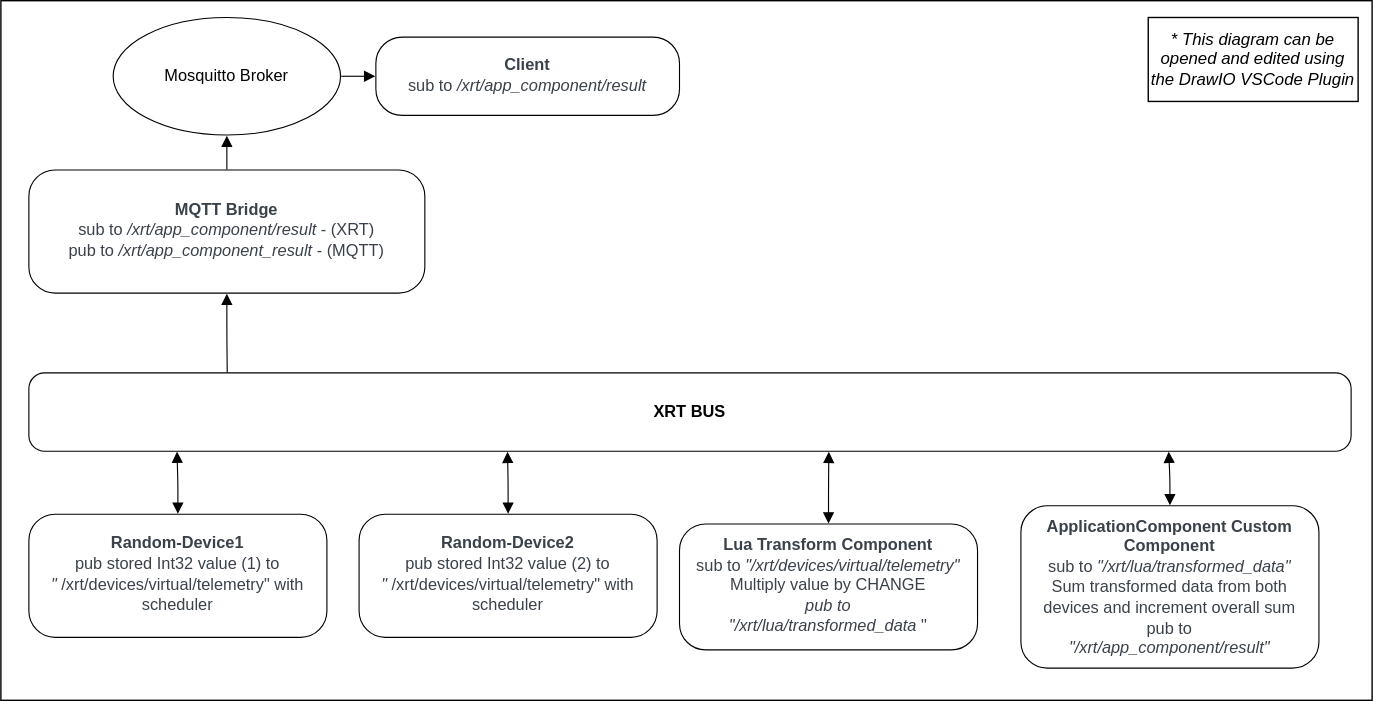
The draw.io diagram ApplicationComponent/Application_Component.drawio.svg in IOTechSystems/xrt-examples, before a commit. Source tidied: cells renumbered, new cells last; positions are measured from the earlier drawing's top-left corner, leaving out a move shared by most shapes.
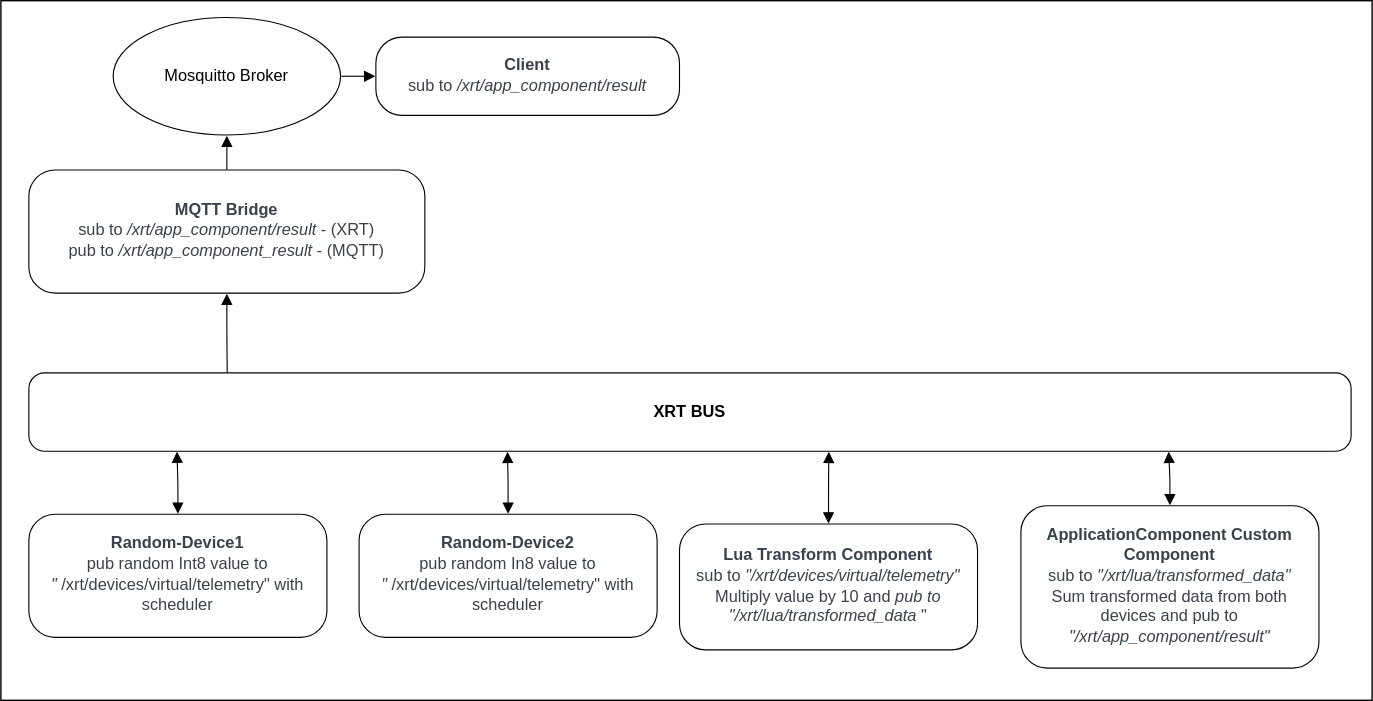
After the change.

Commit message:
XRT-2128 Corrected app_component, changed virtual devices to use random ints and made minor formating changes across files

What changed in the source:
```diff
@@ -26,16 +26,16 @@
     <mxCell id="9" style="html=1;jettySize=18;whiteSpace=wrap;overflow=block;blockSpacing=1;fontSize=13;strokeOpacity=100;strokeWidth=0.8;rounded=1;arcSize=12;edgeStyle=orthogonalEdgeStyle;startArrow=block;startFill=1;endArrow=none;exitX=0.5;exitY=1.004;exitPerimeter=0;entryX=0.15;entryY=-0.005;entryPerimeter=0;strokeColor=#000000;" parent="1" edge="1" source="7" target="4">
       <mxGeometry relative="1" as="geometry" />
     </mxCell>
-    <mxCell id="10" value="&lt;div style=&quot;display: flex; justify-content: center; text-align: center; align-items: baseline; font-size: 0; line-height: 1.25;margin-top: -2px;&quot;&gt;&lt;span&gt;&lt;span style=&quot;font-size:11.7px;color:#3a414a;font-weight: bold;&quot;&gt;Random-Device1&#10;&lt;/span&gt;&lt;span style=&quot;font-size:11.7px;color:#3a414a;&quot;&gt;pub stored Int32 value (1) to &#10;&lt;/span&gt;&lt;span style=&quot;font-size:11.7px;color:#3a414a;font-style: italic;&quot;&gt;&quot;&lt;/span&gt;&lt;span style=&quot;font-size:11.7px;color:#3a414a;&quot;&gt;/xrt/devices/virtual/telemetry&quot; with scheduler&lt;/span&gt;&lt;/span&gt;&lt;/div&gt;" style="html=1;overflow=block;blockSpacing=1;whiteSpace=wrap;fontSize=13;spacing=9;strokeOpacity=100;rounded=1;absoluteArcSize=1;arcSize=37.5;strokeWidth=0.8;fillColor=#FFFFFF;strokeColor=#000000;" parent="1" vertex="1">
+    <mxCell id="10" value="&lt;div style=&quot;display: flex; justify-content: center; text-align: center; align-items: baseline; font-size: 0; line-height: 1.25;margin-top: -2px;&quot;&gt;&lt;span&gt;&lt;span style=&quot;font-size:11.7px;color:#3a414a;font-weight: bold;&quot;&gt;Random-Device1&lt;br&gt;&lt;/span&gt;&lt;span style=&quot;font-size:11.7px;color:#3a414a;&quot;&gt;pub random Int8 value to &lt;br&gt;&lt;/span&gt;&lt;span style=&quot;font-size:11.7px;color:#3a414a;font-style: italic;&quot;&gt;&quot;&lt;/span&gt;&lt;span style=&quot;font-size:11.7px;color:#3a414a;&quot;&gt;/xrt/devices/virtual/telemetry&quot; with scheduler&lt;/span&gt;&lt;/span&gt;&lt;/div&gt;" style="html=1;overflow=block;blockSpacing=1;whiteSpace=wrap;fontSize=13;spacing=9;strokeOpacity=100;rounded=1;absoluteArcSize=1;arcSize=37.5;strokeWidth=0.8;fillColor=#FFFFFF;strokeColor=#000000;" parent="1" vertex="1">
       <mxGeometry x="20" y="367" width="213" height="88" as="geometry" />
     </mxCell>
-    <mxCell id="11" value="&lt;div style=&quot;display: flex; justify-content: center; text-align: center; align-items: baseline; font-size: 0; line-height: 1.25;margin-top: -2px;&quot;&gt;&lt;span&gt;&lt;span style=&quot;font-size:11.7px;color:#3a414a;font-weight: bold;&quot;&gt;Random-Device2&#10;&lt;/span&gt;&lt;span style=&quot;font-size:11.7px;color:#3a414a;&quot;&gt;pub stored Int32 value (2) to &#10;&lt;/span&gt;&lt;span style=&quot;font-size:11.7px;color:#3a414a;font-style: italic;&quot;&gt;&quot;&lt;/span&gt;&lt;span style=&quot;font-size:11.7px;color:#3a414a;&quot;&gt;/xrt/devices/virtual/telemetry&quot; with scheduler&lt;/span&gt;&lt;/span&gt;&lt;/div&gt;" style="html=1;overflow=block;blockSpacing=1;whiteSpace=wrap;fontSize=13;spacing=9;strokeOpacity=100;rounded=1;absoluteArcSize=1;arcSize=37.5;strokeWidth=0.8;fillColor=#FFFFFF;strokeColor=#000000;" parent="1" vertex="1">
+    <mxCell id="11" value="&lt;div style=&quot;display: flex; justify-content: center; text-align: center; align-items: baseline; font-size: 0; line-height: 1.25;margin-top: -2px;&quot;&gt;&lt;span&gt;&lt;span style=&quot;font-size:11.7px;color:#3a414a;font-weight: bold;&quot;&gt;Random-Device2&lt;br&gt;&lt;/span&gt;&lt;span style=&quot;font-size:11.7px;color:#3a414a;&quot;&gt;pub random In8 value to &lt;br&gt;&lt;/span&gt;&lt;span style=&quot;font-size:11.7px;color:#3a414a;font-style: italic;&quot;&gt;&quot;&lt;/span&gt;&lt;span style=&quot;font-size:11.7px;color:#3a414a;&quot;&gt;/xrt/devices/virtual/telemetry&quot; with scheduler&lt;/span&gt;&lt;/span&gt;&lt;/div&gt;" style="html=1;overflow=block;blockSpacing=1;whiteSpace=wrap;fontSize=13;spacing=9;strokeOpacity=100;rounded=1;absoluteArcSize=1;arcSize=37.5;strokeWidth=0.8;fillColor=#FFFFFF;strokeColor=#000000;" parent="1" vertex="1">
       <mxGeometry x="256" y="367" width="213" height="88" as="geometry" />
     </mxCell>
-    <mxCell id="12" value="&lt;div style=&quot;display: flex; justify-content: center; text-align: center; align-items: baseline; font-size: 0; line-height: 1.25;margin-top: -2px;&quot;&gt;&lt;span&gt;&lt;span style=&quot;font-size:11.7px;color:#3a414a;font-weight: bold;&quot;&gt;Lua Transform Component&#10;&lt;/span&gt;&lt;span style=&quot;font-size:11.7px;color:#3a414a;&quot;&gt;sub to &lt;/span&gt;&lt;span style=&quot;font-size:11.7px;color:#3a414a;font-style: italic;&quot;&gt;&quot;/xrt/devices/virtual/telemetry&quot; &#10;&lt;/span&gt;&lt;span style=&quot;font-size:11.7px;color:#3a414a;&quot;&gt;Multiply value by CHANGE&#10;&lt;/span&gt;&lt;span style=&quot;font-size:11.7px;color:#3a414a;font-style: italic;&quot;&gt;pub to &#10;&quot;/xrt/lua/transformed_data&lt;/span&gt;&lt;span style=&quot;font-size:11.7px;color:#3a414a;&quot;&gt;&quot;&lt;/span&gt;&lt;/span&gt;&lt;/div&gt;" style="html=1;overflow=block;blockSpacing=1;whiteSpace=wrap;fontSize=13;spacing=9;strokeOpacity=100;rounded=1;absoluteArcSize=1;arcSize=37.5;strokeWidth=0.8;fillColor=#FFFFFF;strokeColor=#000000;" parent="1" vertex="1">
+    <mxCell id="12" value="&lt;div style=&quot;display: flex; justify-content: center; text-align: center; align-items: baseline; font-size: 0; line-height: 1.25;margin-top: -2px;&quot;&gt;&lt;span&gt;&lt;span style=&quot;font-size:11.7px;color:#3a414a;font-weight: bold;&quot;&gt;Lua Transform Component&lt;br&gt;&lt;/span&gt;&lt;span style=&quot;font-size:11.7px;color:#3a414a;&quot;&gt;sub to &lt;/span&gt;&lt;span style=&quot;font-size:11.7px;color:#3a414a;font-style: italic;&quot;&gt;&quot;/xrt/devices/virtual/telemetry&quot; &lt;br&gt;&lt;/span&gt;&lt;span style=&quot;font-size:11.7px;color:#3a414a;&quot;&gt;Multiply value by 10 and&amp;nbsp;&lt;/span&gt;&lt;span style=&quot;font-size:11.7px;color:#3a414a;font-style: italic;&quot;&gt;pub to &lt;br&gt;&quot;/xrt/lua/transformed_data&lt;/span&gt;&lt;span style=&quot;font-size:11.7px;color:#3a414a;&quot;&gt;&quot;&lt;/span&gt;&lt;/span&gt;&lt;/div&gt;" style="html=1;overflow=block;blockSpacing=1;whiteSpace=wrap;fontSize=13;spacing=9;strokeOpacity=100;rounded=1;absoluteArcSize=1;arcSize=37.5;strokeWidth=0.8;fillColor=#FFFFFF;strokeColor=#000000;" parent="1" vertex="1">
       <mxGeometry x="485" y="374" width="213" height="90" as="geometry" />
     </mxCell>
-    <mxCell id="13" value="&lt;div style=&quot;display: flex; justify-content: center; text-align: center; align-items: baseline; font-size: 0; line-height: 1.25;margin-top: -2px;&quot;&gt;&lt;span&gt;&lt;span style=&quot;font-size:11.7px;color:#3a414a;font-weight: bold;&quot;&gt;ApplicationComponent Custom Component&#10;&lt;/span&gt;&lt;span style=&quot;font-size:11.7px;color:#3a414a;&quot;&gt;sub to &lt;/span&gt;&lt;span style=&quot;font-size:11.7px;color:#3a414a;font-style: italic;&quot;&gt;&quot;/xrt/lua/transformed_data&quot;&#10;&lt;/span&gt;&lt;span style=&quot;font-size:11.7px;color:#3a414a;&quot;&gt;Sum transformed data from both devices and increment overall sum&#10;pub to&#10;&lt;/span&gt;&lt;span style=&quot;font-size:11.7px;color:#3a414a;font-style: italic;&quot;&gt;&quot;/xrt/app_component/result&quot;&lt;/span&gt;&lt;/span&gt;&lt;/div&gt;" style="html=1;overflow=block;blockSpacing=1;whiteSpace=wrap;fontSize=13;spacing=9;strokeOpacity=100;rounded=1;absoluteArcSize=1;arcSize=37.5;strokeWidth=0.8;fillColor=#FFFFFF;strokeColor=#000000;" parent="1" vertex="1">
+    <mxCell id="13" value="&lt;div style=&quot;display: flex; justify-content: center; text-align: center; align-items: baseline; font-size: 0; line-height: 1.25;margin-top: -2px;&quot;&gt;&lt;span&gt;&lt;span style=&quot;font-size:11.7px;color:#3a414a;font-weight: bold;&quot;&gt;ApplicationComponent Custom Component&lt;br&gt;&lt;/span&gt;&lt;span style=&quot;font-size:11.7px;color:#3a414a;&quot;&gt;sub to &lt;/span&gt;&lt;span style=&quot;font-size:11.7px;color:#3a414a;font-style: italic;&quot;&gt;&quot;/xrt/lua/transformed_data&quot;&lt;br&gt;&lt;/span&gt;&lt;span style=&quot;font-size:11.7px;color:#3a414a;&quot;&gt;Sum transformed data from both devices and&amp;nbsp;pub to&lt;br&gt;&lt;/span&gt;&lt;span style=&quot;font-size:11.7px;color:#3a414a;font-style: italic;&quot;&gt;&quot;/xrt/app_component/result&quot;&lt;/span&gt;&lt;/span&gt;&lt;/div&gt;" style="html=1;overflow=block;blockSpacing=1;whiteSpace=wrap;fontSize=13;spacing=9;strokeOpacity=100;rounded=1;absoluteArcSize=1;arcSize=37.5;strokeWidth=0.8;fillColor=#FFFFFF;strokeColor=#000000;" parent="1" vertex="1">
       <mxGeometry x="729" y="361" width="213" height="116" as="geometry" />
     </mxCell>
     <mxCell id="14" style="html=1;jettySize=18;whiteSpace=wrap;overflow=block;blockSpacing=1;fontSize=13;strokeOpacity=100;strokeWidth=0.8;rounded=1;arcSize=12;edgeStyle=orthogonalEdgeStyle;startArrow=block;startFill=1;endArrow=block;endFill=1;exitX=0.5;exitY=-0.004;exitPerimeter=0;entryX=0.112;entryY=1.005;entryPerimeter=0;strokeColor=#000000;" parent="1" edge="1" source="10" target="4">
@@ -50,8 +50,5 @@
     <mxCell id="17" style="html=1;jettySize=18;whiteSpace=wrap;overflow=block;blockSpacing=1;fontSize=13;strokeOpacity=100;strokeWidth=0.8;rounded=1;arcSize=12;edgeStyle=orthogonalEdgeStyle;startArrow=block;startFill=1;endArrow=block;endFill=1;exitX=0.5;exitY=-0.003;exitPerimeter=0;entryX=0.862;entryY=1.005;entryPerimeter=0;strokeColor=#000000;" parent="1" edge="1" source="13" target="4">
       <mxGeometry relative="1" as="geometry" />
     </mxCell>
-    <mxCell id="18" value="* This diagram can be opened and edited using the DrawIO VSCode Plugin" style="rounded=0;whiteSpace=wrap;html=1;fillColor=#FFFFFF;strokeColor=#000000;fontColor=#000000;fontStyle=2;" parent="1" vertex="1">
-      <mxGeometry x="820" y="12" width="150" height="60" as="geometry" />
-    </mxCell>
   </root>
 </mxGraphModel>
```
